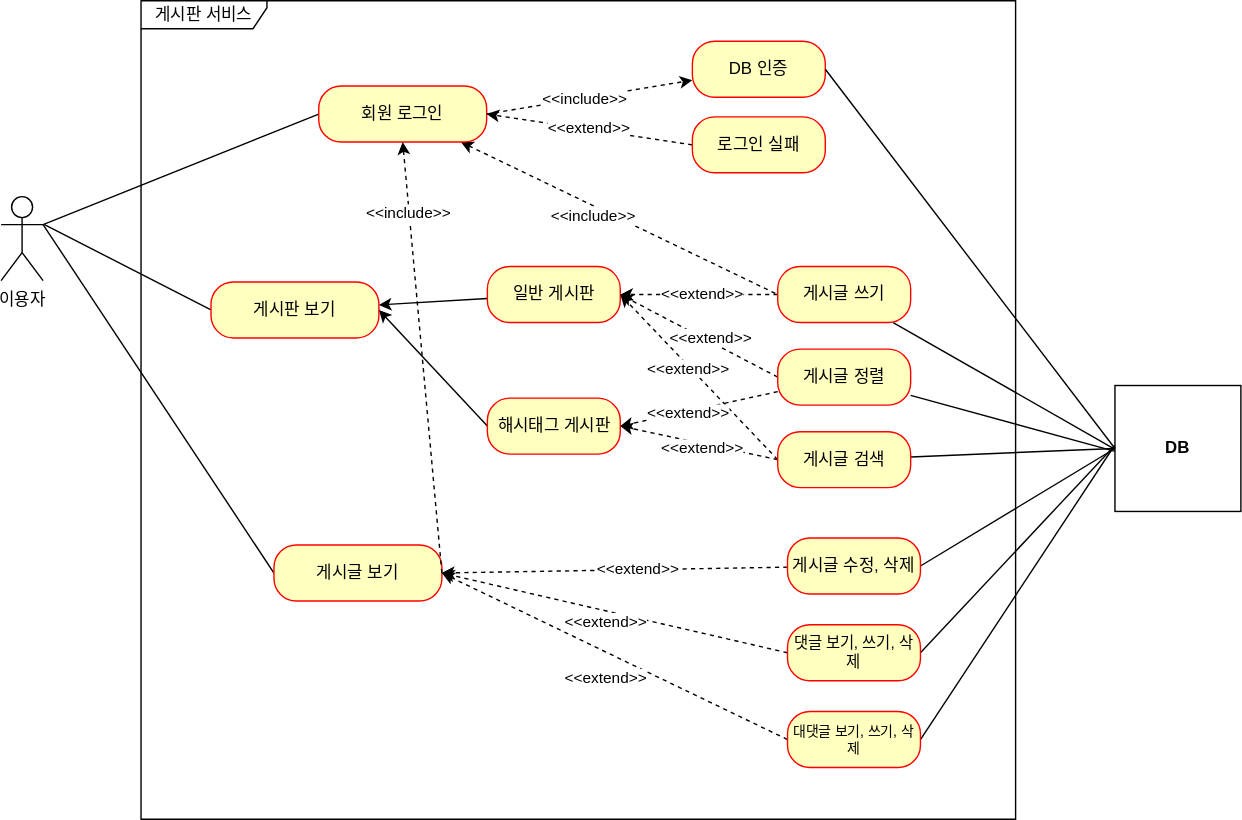
The draw.io diagram document/use-case.svg in somang-lim/board-project, before a commit. Source tidied: cells renumbered, new cells last; positions are measured from the earlier drawing's top-left corner, leaving out a move shared by most shapes.
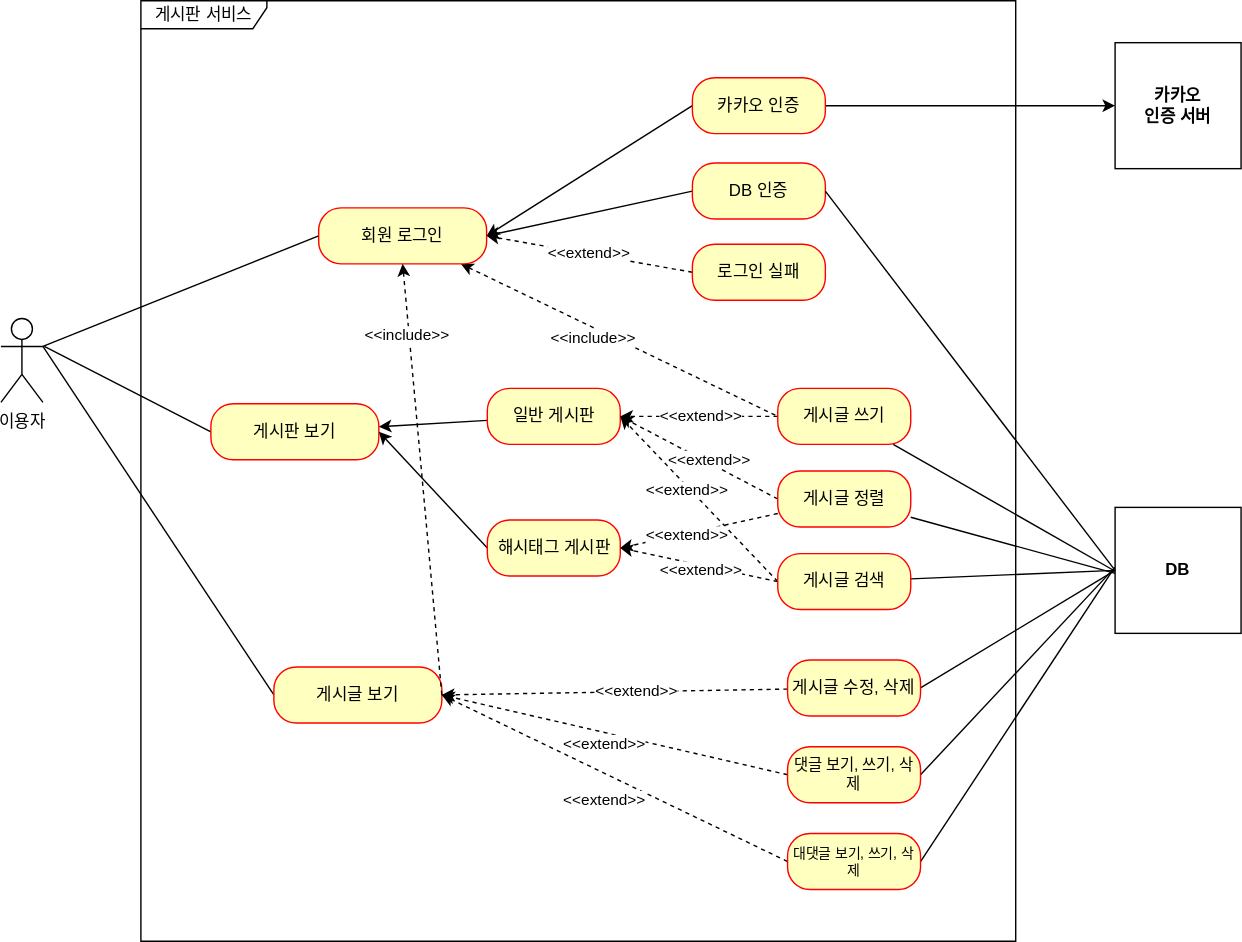
Above is the later version.

Commit message:
#59 - use-case.svg: 카카오 인증 유즈 케이스 추가 (대댓글은 미리 표현함)

What changed in the source:
```diff
@@ -6,7 +6,7 @@
       <mxGeometry y="140" width="30" height="60" as="geometry" />
     </mxCell>
     <mxCell id="3" value="게시판 서비스" style="shape=umlFrame;whiteSpace=wrap;html=1;width=90;height=20;" parent="1" vertex="1">
-      <mxGeometry x="100" width="625" height="585" as="geometry" />
+      <mxGeometry x="100" y="-87" width="625" height="672" as="geometry" />
     </mxCell>
     <mxCell id="4" style="rounded=0;jettySize=auto;html=1;endArrow=none;endFill=0;exitX=0;exitY=0.5;exitDx=0;exitDy=0;" parent="1" edge="1" source="5">
       <mxGeometry relative="1" as="geometry">
@@ -34,22 +34,17 @@
     <mxCell id="11" style="rounded=0;jettySize=auto;html=1;exitX=1;exitY=0.5;exitDx=0;exitDy=0;entryX=0.5;entryY=1;entryDx=0;entryDy=0;dashed=1;" parent="1" edge="1" source="7" target="10">
       <mxGeometry relative="1" as="geometry" />
     </mxCell>
+    <mxCell id="53" style="rounded=0;jettySize=auto;html=1;exitX=0;exitY=0.5;exitDx=0;exitDy=0;entryX=1;entryY=0.5;entryDx=0;entryDy=0;endArrow=classic;endFill=1;" parent="1" edge="1" source="12" target="10">
+      <mxGeometry relative="1" as="geometry" />
+    </mxCell>
     <mxCell id="12" value="DB 인증" style="rounded=1;whiteSpace=wrap;html=1;arcSize=40;fontColor=#000000;fillColor=#ffffc0;strokeColor=#ff0000;" parent="1" vertex="1">
       <mxGeometry x="494" y="29" width="95" height="40" as="geometry" />
     </mxCell>
-    <mxCell id="13" style="rounded=0;jettySize=auto;html=1;exitX=1;exitY=0.5;exitDx=0;exitDy=0;endArrow=classic;endFill=1;dashed=1;" parent="1" edge="1" source="10" target="12">
-      <mxGeometry relative="1" as="geometry" />
-    </mxCell>
-    <mxCell id="14" value="&amp;lt;&amp;lt;include&amp;gt;&amp;gt;" style="edgeLabel;html=1;align=center;verticalAlign=middle;" parent="13" vertex="1">
-      <mxGeometry x="-0.05" y="3" relative="1" as="geometry">
-        <mxPoint y="3" as="offset" />
-      </mxGeometry>
-    </mxCell>
     <mxCell id="15" value="&amp;lt;&amp;lt;extend&amp;gt;&amp;gt;" style="rounded=0;jettySize=auto;html=1;entryX=1;entryY=0.5;entryDx=0;entryDy=0;endArrow=classic;endFill=1;exitX=0;exitY=0.5;exitDx=0;exitDy=0;startArrow=none;startFill=0;dashed=1;" parent="1" edge="1" source="16" target="10">
       <mxGeometry x="0.01" y="-1" relative="1" as="geometry" />
     </mxCell>
     <mxCell id="16" value="로그인 실패" style="rounded=1;whiteSpace=wrap;html=1;arcSize=40;fontColor=#000000;fillColor=#ffffc0;strokeColor=#ff0000;" parent="1" vertex="1">
-      <mxGeometry x="494" y="83" width="95" height="40" as="geometry" />
+      <mxGeometry x="494" y="87" width="95" height="40" as="geometry" />
     </mxCell>
     <mxCell id="17" style="rounded=0;jettySize=auto;html=1;" parent="1" edge="1" source="18" target="5">
       <mxGeometry relative="1" as="geometry" />
@@ -187,5 +182,17 @@
         <mxPoint x="2.9" y="-90" as="offset" />
       </mxGeometry>
     </mxCell>
+    <mxCell id="54" value="&lt;b&gt;카카오&lt;br&gt;인증 서버&lt;br&gt;&lt;/b&gt;" style="html=1;whiteSpace=wrap;" parent="1" vertex="1">
+      <mxGeometry x="796" y="-57" width="90" height="90" as="geometry" />
+    </mxCell>
+    <mxCell id="55" style="rounded=0;jettySize=auto;html=1;entryX=1;entryY=0.5;entryDx=0;entryDy=0;strokeColor=default;endArrow=classic;endFill=1;exitX=0;exitY=0.5;exitDx=0;exitDy=0;" parent="1" edge="1" source="57" target="10">
+      <mxGeometry relative="1" as="geometry" />
+    </mxCell>
+    <mxCell id="56" style="rounded=0;jettySize=auto;html=1;entryX=0;entryY=0.5;entryDx=0;entryDy=0;" parent="1" edge="1" source="57" target="54">
+      <mxGeometry relative="1" as="geometry" />
+    </mxCell>
+    <mxCell id="57" value="카카오 인증" style="rounded=1;whiteSpace=wrap;html=1;arcSize=40;fontColor=#000000;fillColor=#ffffc0;strokeColor=#ff0000;" parent="1" vertex="1">
+      <mxGeometry x="494" y="-32" width="95" height="40" as="geometry" />
+    </mxCell>
   </root>
 </mxGraphModel>
```
